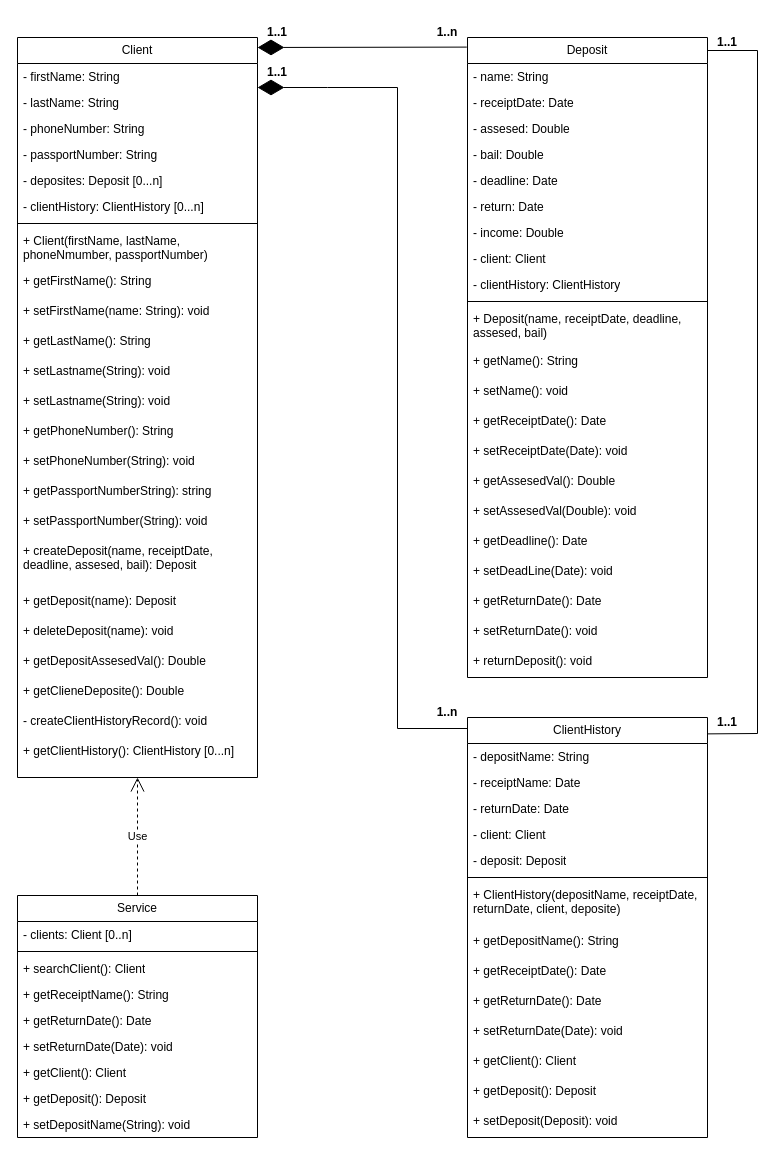
The draw.io diagram page "Page-1" (1 of 2) of Untitled Diagram.drawio in rkaznouski/wallet, before the edit. Source tidied: cells renumbered, new cells numbered last; positions are measured from the earlier drawing's top-left corner, leaving out a move shared by most shapes. Both pictures are drawn from the tidied source at 100%, with x=0, y=0 at pixel (17, 17).
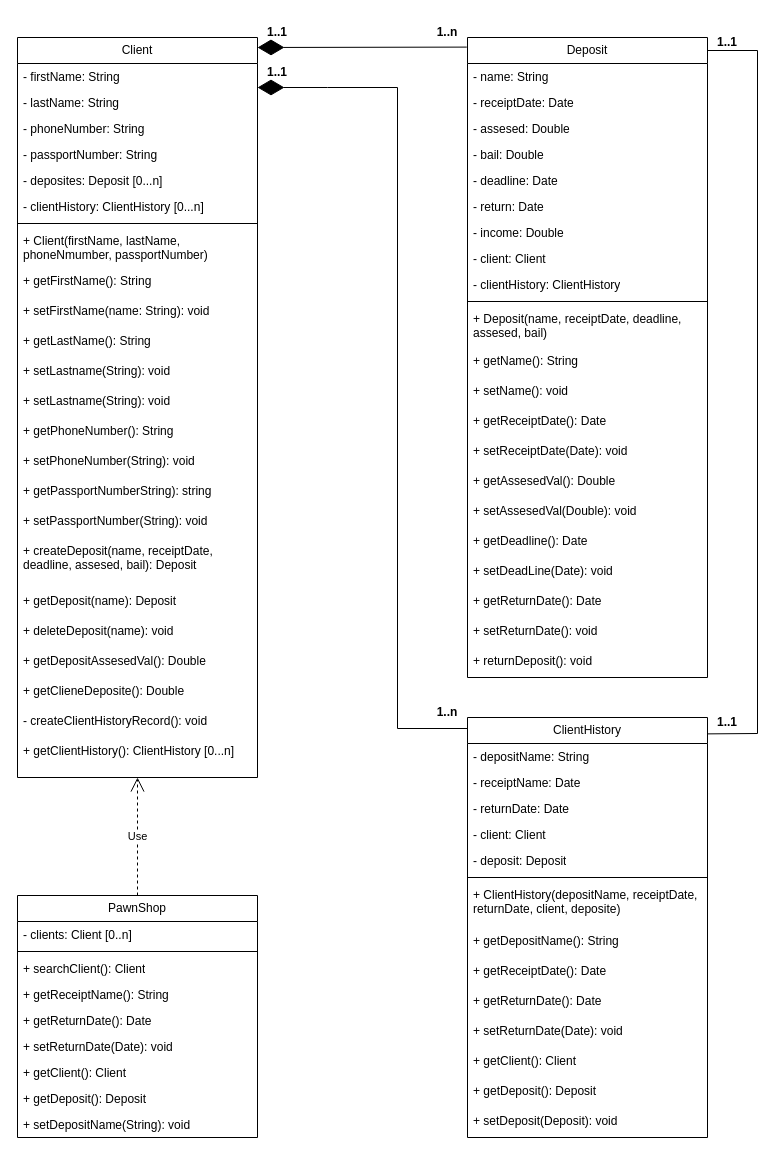
Above is the later version.

What changed in the source:
```diff
@@
-    <mxCell id="65" value="Service" style="swimlane;fontStyle=0;horizontal=1;startSize=26;fillColor=none;whiteSpace=wrap;html=1;" parent="1" vertex="1">
+    <mxCell id="65" value="PawnShop" style="swimlane;fontStyle=0;horizontal=1;startSize=26;fillColor=none;whiteSpace=wrap;html=1;" parent="1" vertex="1">
       <mxGeometry y="878" width="240" height="242" as="geometry" />
     </mxCell>
```
